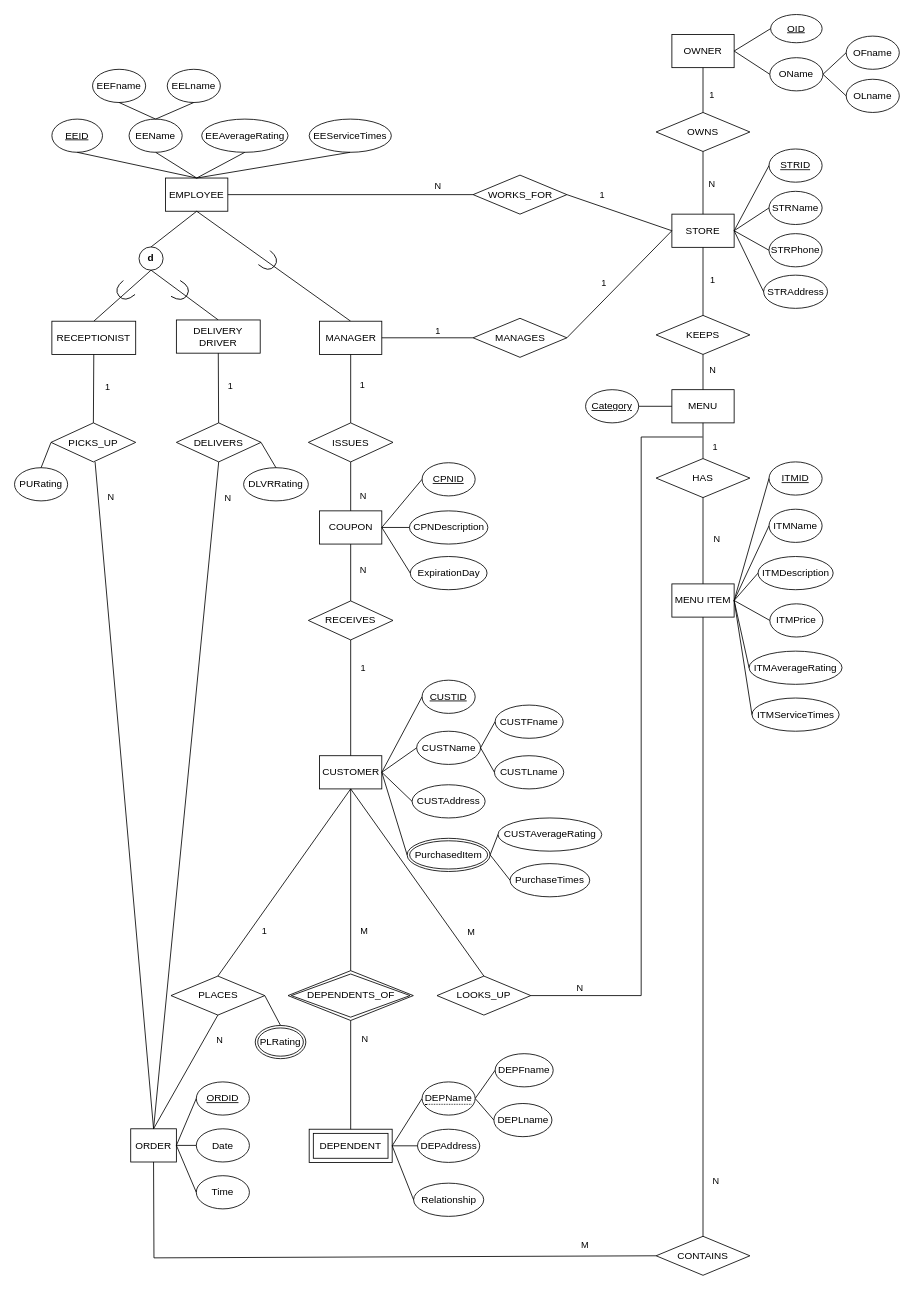
The draw.io diagram Enhanced Entity Relationship Diagram.drawio in hqiao8/Restaurant-Management-System, before the edit. Source tidied: cells renumbered, new cells numbered last; positions are measured from the earlier drawing's top-left corner, leaving out a move shared by most shapes. Both pictures are drawn from the tidied source at 83%, with x=0, y=0 at pixel (14, 14).
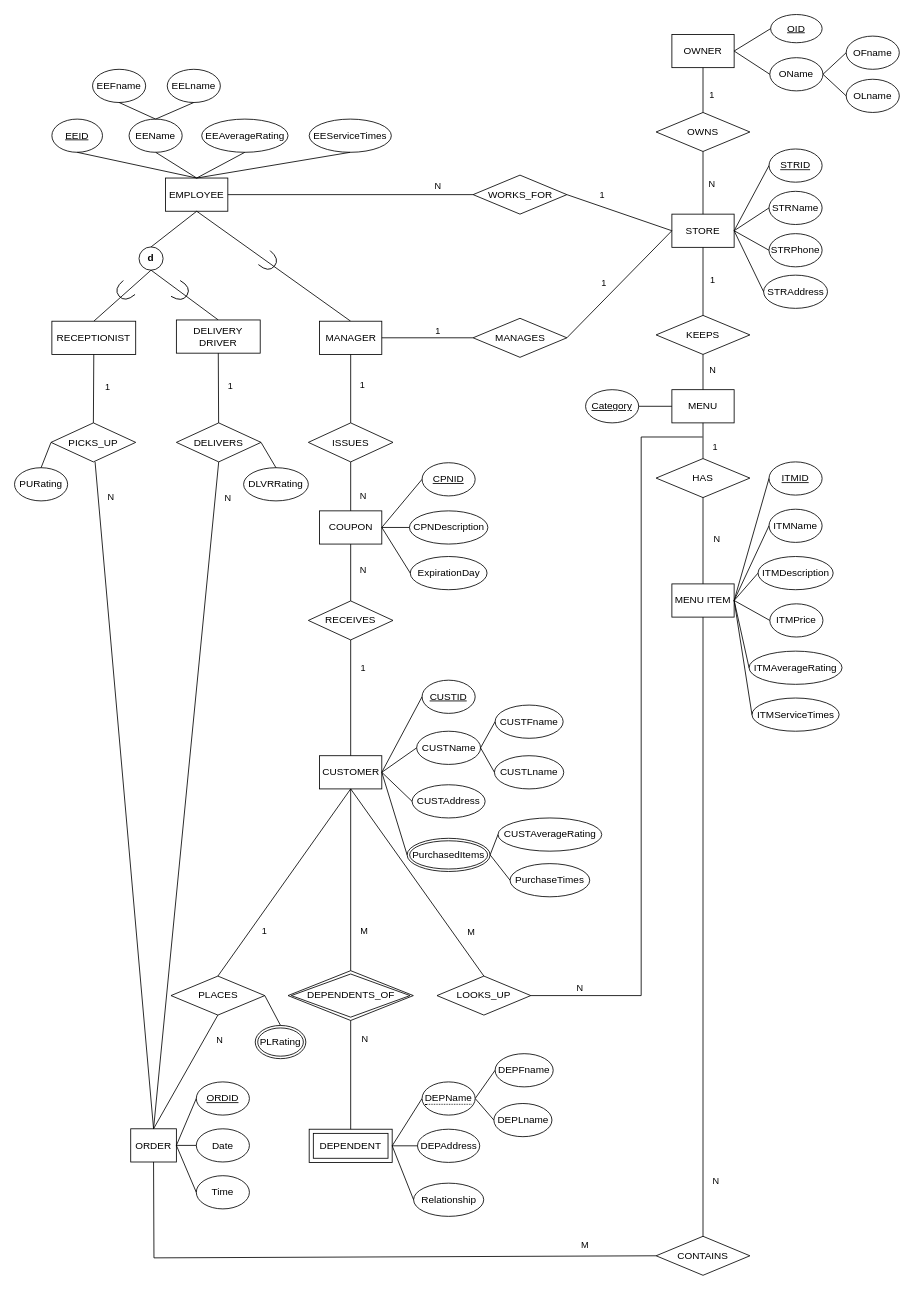
The same diagram, later.

Commit message:
Change Purchased Item into Purchased Items

The edit, as a diff of the source:
```diff
@@
-    <mxCell id="87" value="PurchasedItem" style="ellipse;shape=doubleEllipse;margin=3;whiteSpace=wrap;html=1;align=center;" parent="1" vertex="1">
+    <mxCell id="87" value="PurchasedItems" style="ellipse;shape=doubleEllipse;margin=3;whiteSpace=wrap;html=1;align=center;" parent="1" vertex="1">
       <mxGeometry x="473" y="992.5" width="100" height="40" as="geometry" />
     </mxCell>
```
